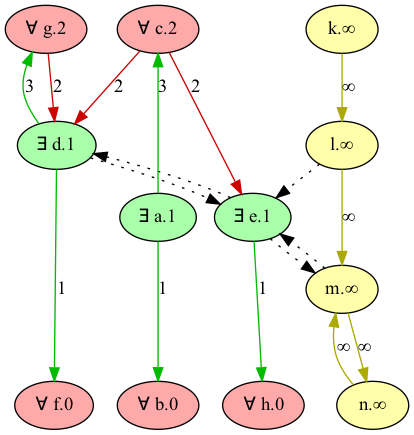
Earlier version of the Graphviz export Refactor/imgs/display_game_wfs.png (idaks/Games-and-Argumentation). Its source is kept beside it as Refactor/imgs/display_game_wfs.dot.
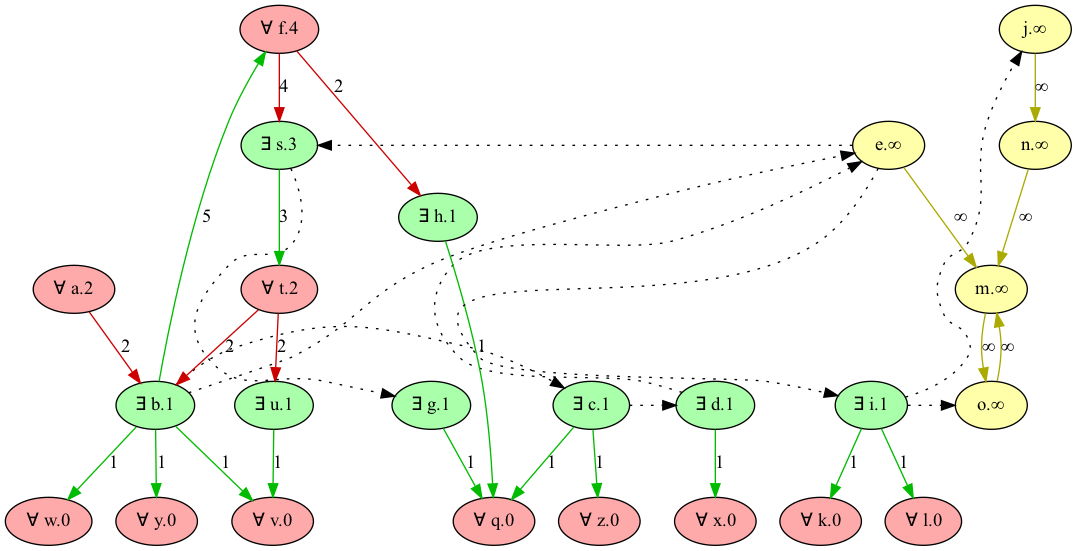
The same diagram one commit later.

What changed in the source:
```diff
@@ -1,33 +1,60 @@
 digraph {
-    "b" [style="filled", fillcolor="#FFAAAA", label="∀ b.0"]
-    "f" [style="filled", fillcolor="#FFAAAA", label="∀ f.0"]
-    "h" [style="filled", fillcolor="#FFAAAA", label="∀ h.0"]
-    "e" [style="filled", fillcolor="#AAFFAA", label="∃ e.1"]
+    "v" [style="filled", fillcolor="#FFAAAA", label="∀ v.0"]
+    "z" [style="filled", fillcolor="#FFAAAA", label="∀ z.0"]
+    "y" [style="filled", fillcolor="#FFAAAA", label="∀ y.0"]
+    "x" [style="filled", fillcolor="#FFAAAA", label="∀ x.0"]
+    "w" [style="filled", fillcolor="#FFAAAA", label="∀ w.0"]
+    "q" [style="filled", fillcolor="#FFAAAA", label="∀ q.0"]
+    "l" [style="filled", fillcolor="#FFAAAA", label="∀ l.0"]
+    "k" [style="filled", fillcolor="#FFAAAA", label="∀ k.0"]
+    "u" [style="filled", fillcolor="#AAFFAA", label="∃ u.1"]
+    "b" [style="filled", fillcolor="#AAFFAA", label="∃ b.1"]
+    "c" [style="filled", fillcolor="#AAFFAA", label="∃ c.1"]
     "d" [style="filled", fillcolor="#AAFFAA", label="∃ d.1"]
-    "a" [style="filled", fillcolor="#AAFFAA", label="∃ a.1"]
-    "c" [style="filled", fillcolor="#FFAAAA", label="∀ c.2"]
-    "g" [style="filled", fillcolor="#FFAAAA", label="∀ g.2"]
-    "k" [style="filled", fillcolor="#FFFFAA", label="k.∞"]
-    "l" [style="filled", fillcolor="#FFFFAA", label="l.∞"]
+    "i" [style="filled", fillcolor="#AAFFAA", label="∃ i.1"]
+    "g" [style="filled", fillcolor="#AAFFAA", label="∃ g.1"]
+    "h" [style="filled", fillcolor="#AAFFAA", label="∃ h.1"]
+    "a" [style="filled", fillcolor="#FFAAAA", label="∀ a.2"]
+    "t" [style="filled", fillcolor="#FFAAAA", label="∀ t.2"]
+    "s" [style="filled", fillcolor="#AAFFAA", label="∃ s.3"]
+    "f" [style="filled", fillcolor="#FFAAAA", label="∀ f.4"]
+    "j" [style="filled", fillcolor="#FFFFAA", label="j.∞"]
+    "e" [style="filled", fillcolor="#FFFFAA", label="e.∞"]
+    "o" [style="filled", fillcolor="#FFFFAA", label="o.∞"]
+    "n" [style="filled", fillcolor="#FFFFAA", label="n.∞"]
     "m" [style="filled", fillcolor="#FFFFAA", label="m.∞"]
-    "n" [style="filled", fillcolor="#FFFFAA", label="n.∞"]
-    "a" -> "b" [color="#00BB00" style="solid" dir="forward" label="1" ]
-    "a" -> "c" [color="#00BB00" style="solid" dir="forward" label="3" ]
-    "k" -> "l" [color="#AAAA00" style="solid" dir="forward" label="∞" ]
-    "c" -> "d" [color="#CC0000" style="solid" dir="forward" label="2" ]
-    "c" -> "e" [color="#CC0000" style="solid" dir="forward" label="2" ]
-    "l" -> "e" [color="black" style="dotted" dir="forward" label="" constraint=false]
-    "l" -> "m" [color="#AAAA00" style="solid" dir="forward" label="∞" ]
+    "a" -> "b" [color="#CC0000" style="solid" dir="forward" label="2" ]
+    "t" -> "b" [color="#CC0000" style="solid" dir="forward" label="2" ]
+    "b" -> "c" [color="black" style="dotted" dir="forward" label="" constraint=false]
+    "c" -> "d" [color="black" style="dotted" dir="forward" label="" constraint=false]
+    "b" -> "e" [color="black" style="dotted" dir="forward" label="" constraint=false]
     "d" -> "e" [color="black" style="dotted" dir="forward" label="" constraint=false]
-    "e" -> "d" [color="black" style="dotted" dir="forward" label="" constraint=false]
-    "e" -> "m" [color="black" style="dotted" dir="forward" label="" constraint=false]
-    "m" -> "e" [color="black" style="dotted" dir="forward" label="" constraint=false]
-    "d" -> "f" [color="#00BB00" style="solid" dir="forward" label="1" ]
-    "d" -> "g" [color="#00BB00" style="solid" dir="forward" label="3" ]
-    "g" -> "d" [color="#CC0000" style="solid" dir="forward" label="2" ]
-    "e" -> "h" [color="#00BB00" style="solid" dir="forward" label="1" ]
-    "m" -> "n" [color="#AAAA00" style="solid" dir="forward" label="∞" ]
+    "b" -> "f" [color="#00BB00" style="solid" dir="forward" label="5" ]
+    "s" -> "g" [color="black" style="dotted" dir="forward" label="" constraint=false]
+    "f" -> "h" [color="#CC0000" style="solid" dir="forward" label="2" ]
+    "e" -> "i" [color="black" style="dotted" dir="forward" label="" constraint=false]
+    "i" -> "j" [color="black" style="dotted" dir="forward" label="" constraint=false]
+    "i" -> "k" [color="#00BB00" style="solid" dir="forward" label="1" ]
+    "i" -> "l" [color="#00BB00" style="solid" dir="forward" label="1" ]
+    "e" -> "m" [color="#AAAA00" style="solid" dir="forward" label="∞" ]
+    "o" -> "m" [color="#AAAA00" style="solid" dir="forward" label="∞" ]
     "n" -> "m" [color="#AAAA00" style="solid" dir="forward" label="∞" ]
-    {rank = max b f h}
-    {rank = min c g}
+    "j" -> "n" [color="#AAAA00" style="solid" dir="forward" label="∞" ]
+    "i" -> "o" [color="black" style="dotted" dir="forward" label="" constraint=false]
+    "m" -> "o" [color="#AAAA00" style="solid" dir="forward" label="∞" ]
+    "g" -> "q" [color="#00BB00" style="solid" dir="forward" label="1" ]
+    "h" -> "q" [color="#00BB00" style="solid" dir="forward" label="1" ]
+    "c" -> "q" [color="#00BB00" style="solid" dir="forward" label="1" ]
+    "e" -> "s" [color="black" style="dotted" dir="forward" label="" constraint=false]
+    "f" -> "s" [color="#CC0000" style="solid" dir="forward" label="4" ]
+    "s" -> "t" [color="#00BB00" style="solid" dir="forward" label="3" ]
+    "t" -> "u" [color="#CC0000" style="solid" dir="forward" label="2" ]
+    "b" -> "v" [color="#00BB00" style="solid" dir="forward" label="1" ]
+    "u" -> "v" [color="#00BB00" style="solid" dir="forward" label="1" ]
+    "b" -> "w" [color="#00BB00" style="solid" dir="forward" label="1" ]
+    "d" -> "x" [color="#00BB00" style="solid" dir="forward" label="1" ]
+    "b" -> "y" [color="#00BB00" style="solid" dir="forward" label="1" ]
+    "c" -> "z" [color="#00BB00" style="solid" dir="forward" label="1" ]
+    {rank = max v z y x w q l k}
+    {rank = min f}
 }
```
